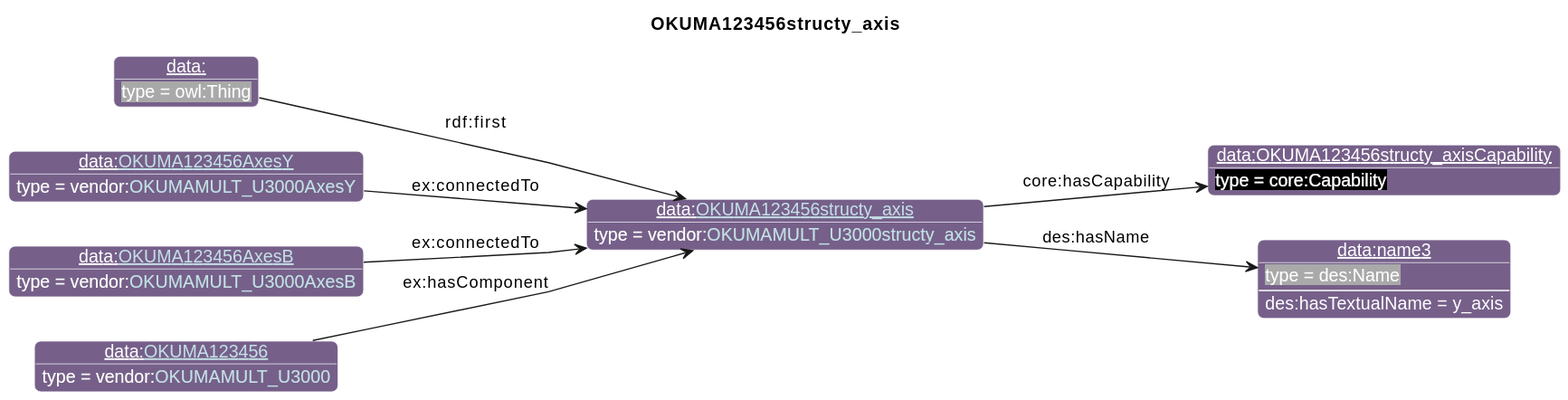
Before: diagrams/OKUMA123456structy_axis.svg, a diagram exported from PlantUML (iofoundry/example-syseng-mtconnect).
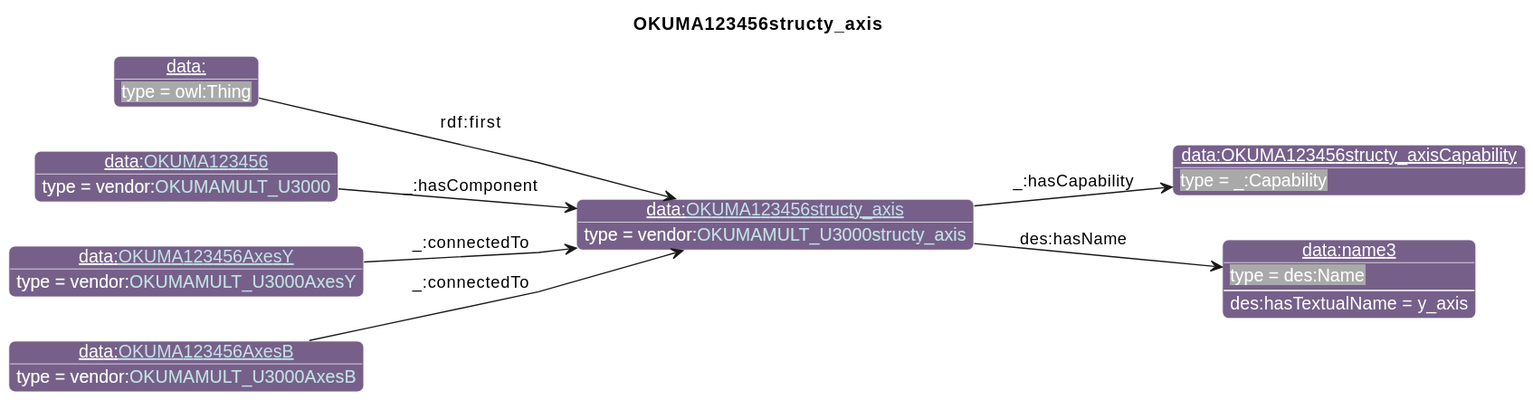
Later version of the same file.

What changed in the source:
```diff
@@ -26,17 +26,17 @@
                       "qp":"641B2E"
       }
 individual(o0, data:[[./OKUMA123456structy_axis.html OKUMA123456structy_axis]], vendor:[[../OKUMA.html#OKUMAMULT_U3000structy_axis OKUMAMULT_U3000structy_axis]])
-individual(o1, data:OKUMA123456structy_axisCapability, core:Capability)
+individual(o1, data:OKUMA123456structy_axisCapability, _:Capability)
 individual(o2, data:name3, des:Name)
 individual(o3, data:, owl:Thing)
-individual(o4, data:[[./OKUMA123456AxesY.html OKUMA123456AxesY]], vendor:[[../OKUMA.html#OKUMAMULT_U3000AxesY OKUMAMULT_U3000AxesY]])
-individual(o5, data:[[./OKUMA123456AxesB.html OKUMA123456AxesB]], vendor:[[../OKUMA.html#OKUMAMULT_U3000AxesB OKUMAMULT_U3000AxesB]])
-individual(o6, data:[[./OKUMA123456.html OKUMA123456]], vendor:[[../OKUMA.html#OKUMAMULT_U3000 OKUMAMULT_U3000]])
-property(o0, "core:hasCapability", o1)
+individual(o4, data:[[./OKUMA123456.html OKUMA123456]], vendor:[[../OKUMA.html#OKUMAMULT_U3000 OKUMAMULT_U3000]])
+individual(o5, data:[[./OKUMA123456AxesY.html OKUMA123456AxesY]], vendor:[[../OKUMA.html#OKUMAMULT_U3000AxesY OKUMAMULT_U3000AxesY]])
+individual(o6, data:[[./OKUMA123456AxesB.html OKUMA123456AxesB]], vendor:[[../OKUMA.html#OKUMAMULT_U3000AxesB OKUMAMULT_U3000AxesB]])
+property(o0, "_:hasCapability", o1)
 property(o0, "des:hasName", o2)
 data(o2, "des:hasTextualName", "y_axis")
 property(o3, "rdf:first", o0)
-property(o4, "ex:connectedTo", o0)
-property(o5, "ex:connectedTo", o0)
-property(o6, "ex:hasComponent", o0)
+property(o4, "_:hasComponent", o0)
+property(o5, "_:connectedTo", o0)
+property(o6, "_:connectedTo", o0)
 @enduml
```
